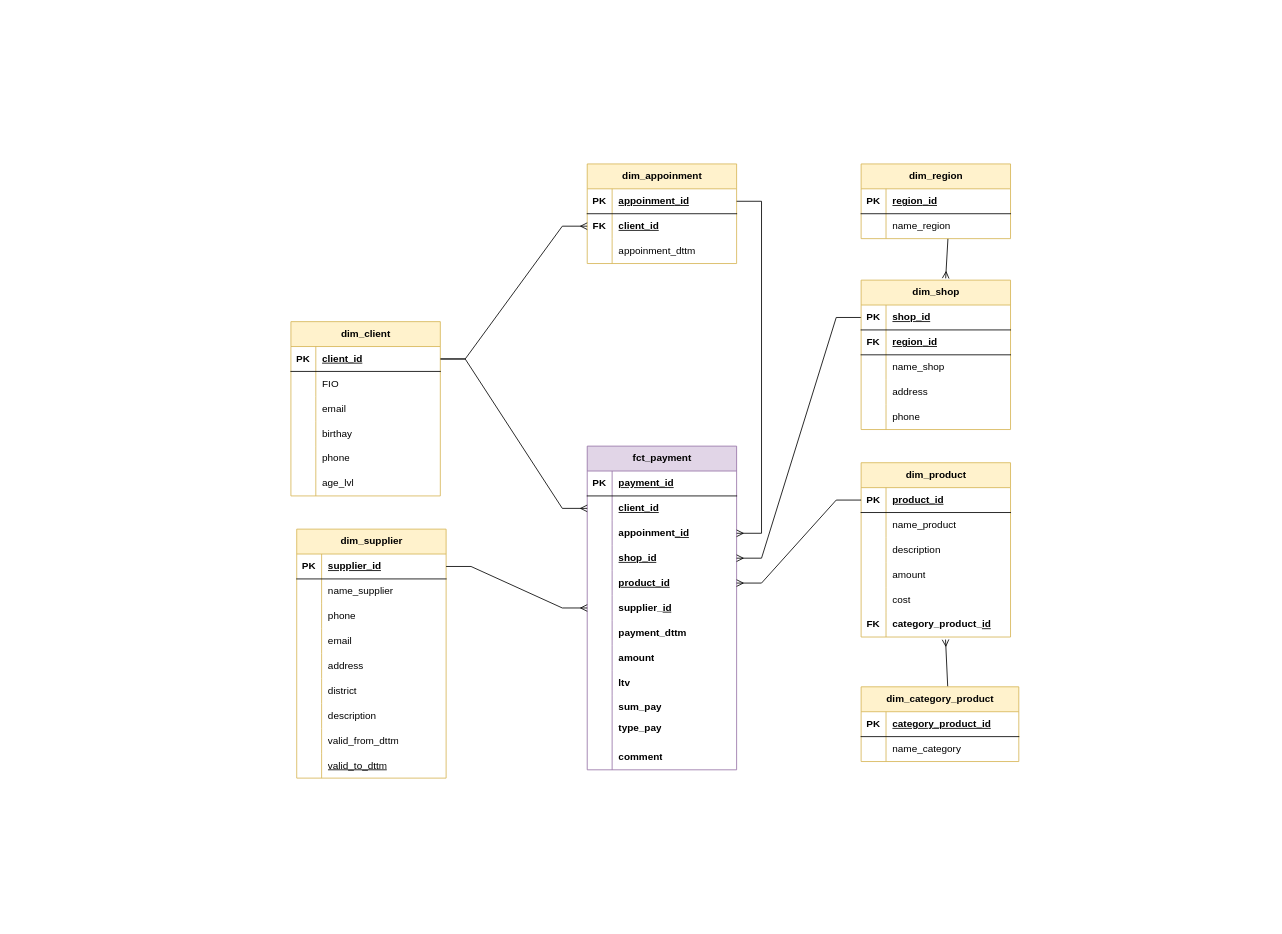
Before: page "Страница — 2" (2 of 4) of Диаграмма без названия.drawio in MarkovD1981/date_engineering, a draw.io diagram. Source tidied: cells renumbered, new cells numbered last; positions are measured from the earlier drawing's top-left corner, leaving out a move shared by most shapes. Both pictures are drawn from the tidied source at 83%, with x=0, y=0 at pixel (290, 164).
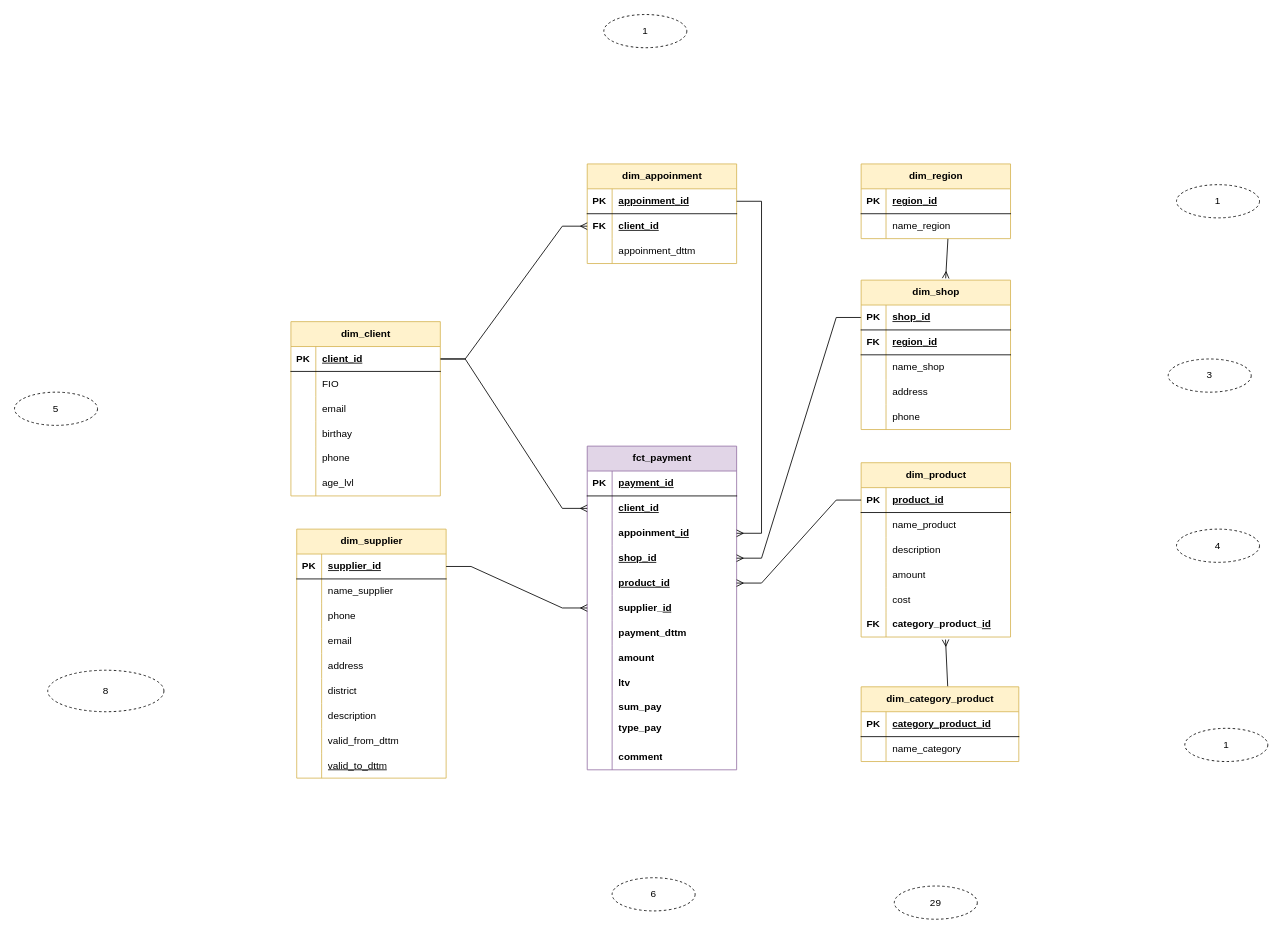
Above is the later version.

The edit, as a diff of the source:
```diff
@@
+    <mxCell id="153" value="6" style="ellipse;whiteSpace=wrap;html=1;align=center;dashed=1;" parent="1" vertex="1">
+      <mxGeometry x="387" y="860" width="100" height="40" as="geometry" />
+    </mxCell>
+    <mxCell id="154" value="8" style="ellipse;whiteSpace=wrap;html=1;align=center;dashed=1;" parent="1" vertex="1">
+      <mxGeometry x="-293" y="610" width="140" height="50" as="geometry" />
+    </mxCell>
+    <mxCell id="155" value="5" style="ellipse;whiteSpace=wrap;html=1;align=center;dashed=1;" parent="1" vertex="1">
+      <mxGeometry x="-333" y="275" width="100" height="40" as="geometry" />
+    </mxCell>
+    <mxCell id="156" value="3" style="ellipse;whiteSpace=wrap;html=1;align=center;dashed=1;" parent="1" vertex="1">
+      <mxGeometry x="1057" y="235" width="100" height="40" as="geometry" />
+    </mxCell>
+    <mxCell id="157" value="4" style="ellipse;whiteSpace=wrap;html=1;align=center;dashed=1;" parent="1" vertex="1">
+      <mxGeometry x="1067" y="440" width="100" height="40" as="geometry" />
+    </mxCell>
+    <mxCell id="158" value="1" style="ellipse;whiteSpace=wrap;html=1;align=center;dashed=1;" parent="1" vertex="1">
+      <mxGeometry x="377" y="-180" width="100" height="40" as="geometry" />
+    </mxCell>
+    <mxCell id="159" value="1" style="ellipse;whiteSpace=wrap;html=1;align=center;dashed=1;" parent="1" vertex="1">
+      <mxGeometry x="1077" y="680" width="100" height="40" as="geometry" />
+    </mxCell>
+    <mxCell id="160" value="1" style="ellipse;whiteSpace=wrap;html=1;align=center;dashed=1;" parent="1" vertex="1">
+      <mxGeometry x="1067" y="25" width="100" height="40" as="geometry" />
+    </mxCell>
+    <mxCell id="161" value="29" style="ellipse;whiteSpace=wrap;html=1;align=center;dashed=1;" parent="1" vertex="1">
+      <mxGeometry x="727" y="870" width="100" height="40" as="geometry" />
+    </mxCell>
```
